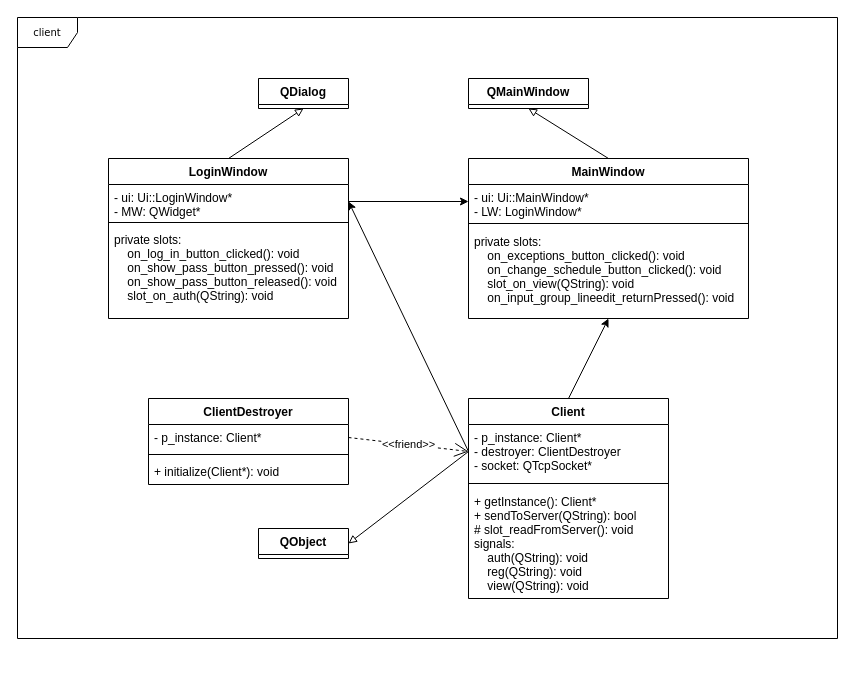
Earlier version of the draw.io diagram files/class diagram/client_class_diagram.drawio (zefixed/raspyxxx). Source tidied: cells renumbered, new cells numbered last; positions are measured from the earlier drawing's top-left corner, leaving out a move shared by most shapes. Both pictures are drawn from the tidied source at 100%, with x=0, y=0 at pixel (17, 17).
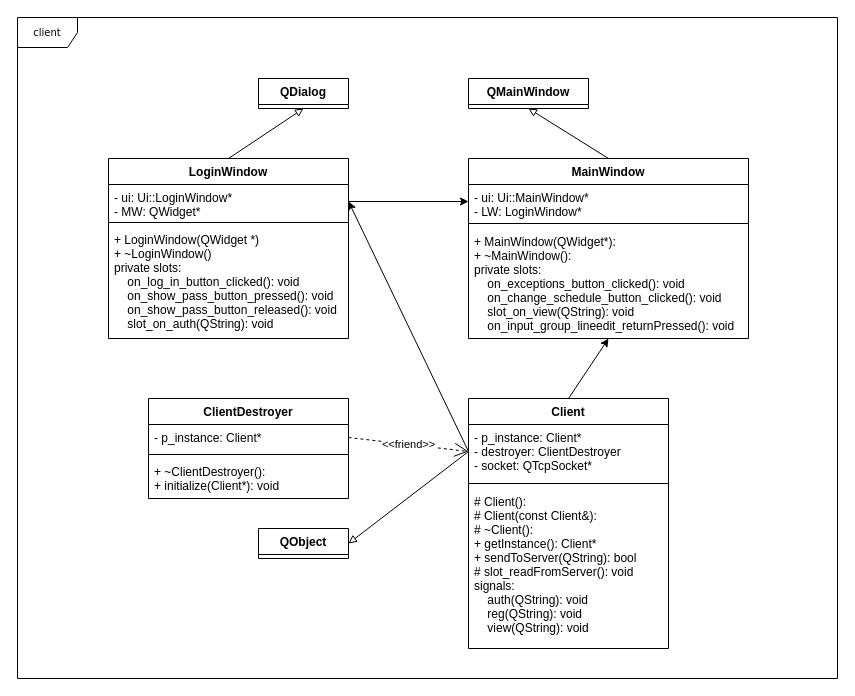
After the change.

Diff of the diagram source:
```diff
@@
     <mxCell id="2" value="client" style="shape=umlFrame;whiteSpace=wrap;html=1;rounded=0;shadow=0;comic=0;labelBackgroundColor=none;strokeWidth=1;fontFamily=Verdana;fontSize=10;align=center;" parent="1" vertex="1">
-      <mxGeometry width="820" height="621" as="geometry" />
+      <mxGeometry width="820" height="661" as="geometry" />
     </mxCell>
     <mxCell id="3" value="LoginWindow" style="swimlane;fontStyle=1;align=center;verticalAlign=top;horizontal=1;startSize=26;" parent="1" vertex="1">
-      <mxGeometry x="91" y="141" width="240" height="160" as="geometry" />
+      <mxGeometry x="91" y="141" width="240" height="180" as="geometry" />
     </mxCell>
@@
-    <mxCell id="6" value="private slots:&#10;    on_log_in_button_clicked(): void&#10;    on_show_pass_button_pressed(): void&#10;    on_show_pass_button_released(): void&#10;    slot_on_auth(QString): void" style="text;strokeColor=none;fillColor=none;align=left;verticalAlign=top;spacingLeft=4;spacingRight=4;overflow=hidden;" parent="3" vertex="1">
-      <mxGeometry y="68" width="240" height="92" as="geometry" />
+    <mxCell id="6" value="+ LoginWindow(QWidget *)&#10;+ ~LoginWindow()&#10;private slots:&#10;    on_log_in_button_clicked(): void&#10;    on_show_pass_button_pressed(): void&#10;    on_show_pass_button_released(): void&#10;    slot_on_auth(QString): void" style="text;strokeColor=none;fillColor=none;align=left;verticalAlign=top;spacingLeft=4;spacingRight=4;overflow=hidden;" parent="3" vertex="1">
+      <mxGeometry y="68" width="240" height="112" as="geometry" />
     </mxCell>
     <mxCell id="7" value="ClientDestroyer" style="swimlane;fontStyle=1;align=center;verticalAlign=top;horizontal=1;startSize=26;" parent="1" vertex="1">
-      <mxGeometry x="131" y="381" width="200" height="86" as="geometry" />
+      <mxGeometry x="131" y="381" width="200" height="100" as="geometry" />
     </mxCell>
@@
-    <mxCell id="10" value="+ initialize(Client*): void" style="text;strokeColor=none;fillColor=none;align=left;verticalAlign=top;spacingLeft=4;spacingRight=4;overflow=hidden;" parent="7" vertex="1">
-      <mxGeometry y="60" width="200" height="26" as="geometry" />
+    <mxCell id="10" value="+ ~ClientDestroyer(): &#10;+ initialize(Client*): void" style="text;strokeColor=none;fillColor=none;align=left;verticalAlign=top;spacingLeft=4;spacingRight=4;overflow=hidden;" parent="7" vertex="1">
+      <mxGeometry y="60" width="200" height="40" as="geometry" />
     </mxCell>
     <mxCell id="11" value="MainWindow" style="swimlane;fontStyle=1;align=center;verticalAlign=top;horizontal=1;startSize=26;" parent="1" vertex="1">
-      <mxGeometry x="451" y="141" width="280" height="160" as="geometry" />
+      <mxGeometry x="451" y="141" width="280" height="180" as="geometry" />
     </mxCell>
@@
-    <mxCell id="14" value="private slots:&#10;    on_exceptions_button_clicked(): void&#10;    on_change_schedule_button_clicked(): void&#10;    slot_on_view(QString): void&#10;    on_input_group_lineedit_returnPressed(): void" style="text;strokeColor=none;fillColor=none;align=left;verticalAlign=top;spacingLeft=4;spacingRight=4;overflow=hidden;" parent="11" vertex="1">
-      <mxGeometry y="70" width="280" height="90" as="geometry" />
+    <mxCell id="14" value="+ MainWindow(QWidget*): &#10;+ ~MainWindow(): &#10;private slots:&#10;    on_exceptions_button_clicked(): void&#10;    on_change_schedule_button_clicked(): void&#10;    slot_on_view(QString): void&#10;    on_input_group_lineedit_returnPressed(): void" style="text;strokeColor=none;fillColor=none;align=left;verticalAlign=top;spacingLeft=4;spacingRight=4;overflow=hidden;" parent="11" vertex="1">
+      <mxGeometry y="70" width="280" height="110" as="geometry" />
     </mxCell>
     <mxCell id="15" value="Client" style="swimlane;fontStyle=1;align=center;verticalAlign=top;horizontal=1;startSize=26;" parent="1" vertex="1">
-      <mxGeometry x="451" y="381" width="200" height="200" as="geometry" />
+      <mxGeometry x="451" y="381" width="200" height="250" as="geometry" />
     </mxCell>
@@
-    <mxCell id="18" value="+ getInstance(): Client*&#10;+ sendToServer(QString): bool&#10;# slot_readFromServer(): void&#10;signals:&#10;    auth(QString): void&#10;    reg(QString): void&#10;    view(QString): void" style="text;strokeColor=none;fillColor=none;align=left;verticalAlign=top;spacingLeft=4;spacingRight=4;overflow=hidden;" parent="15" vertex="1">
-      <mxGeometry y="90" width="200" height="110" as="geometry" />
+    <mxCell id="18" value="# Client(): &#10;# Client(const Client&amp;): &#10;# ~Client(): &#10;+ getInstance(): Client*&#10;+ sendToServer(QString): bool&#10;# slot_readFromServer(): void&#10;signals:&#10;    auth(QString): void&#10;    reg(QString): void&#10;    view(QString): void" style="text;strokeColor=none;fillColor=none;align=left;verticalAlign=top;spacingLeft=4;spacingRight=4;overflow=hidden;" parent="15" vertex="1">
+      <mxGeometry y="90" width="200" height="160" as="geometry" />
     </mxCell>
```
